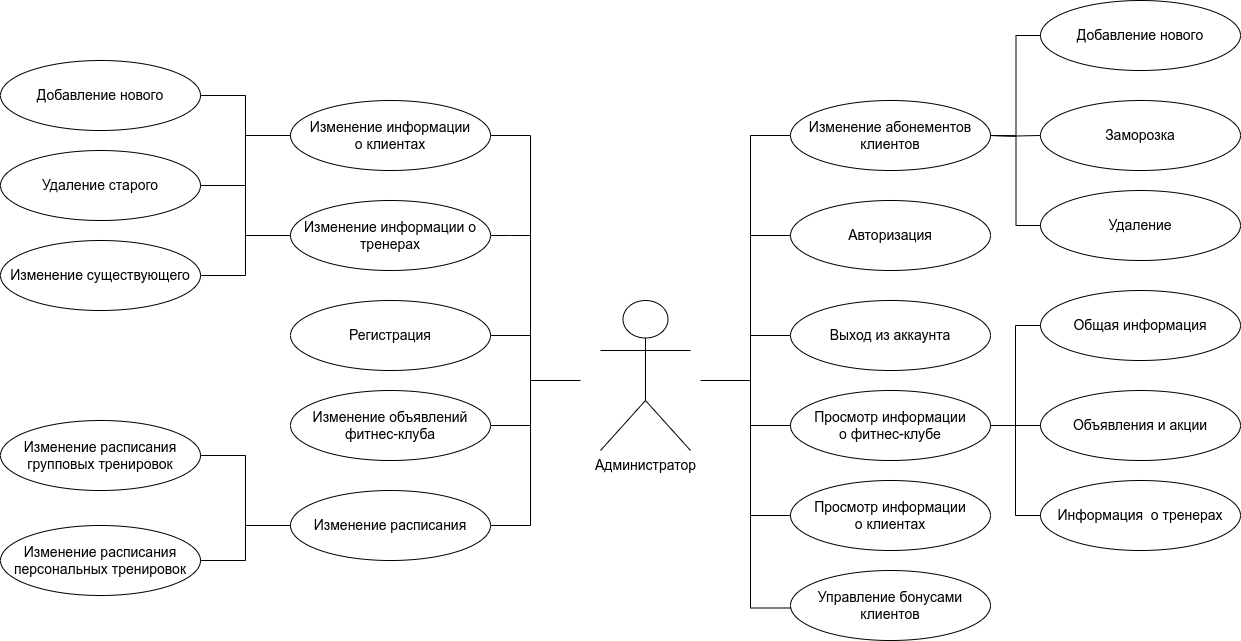
This is img/usecase-admin.png from Ananasiika/FlexAirFit, a draw.io export, as it was before one commit. Source tidied: cells renumbered, new cells last; positions are measured from the earlier drawing's top-left corner, leaving out a move shared by most shapes.
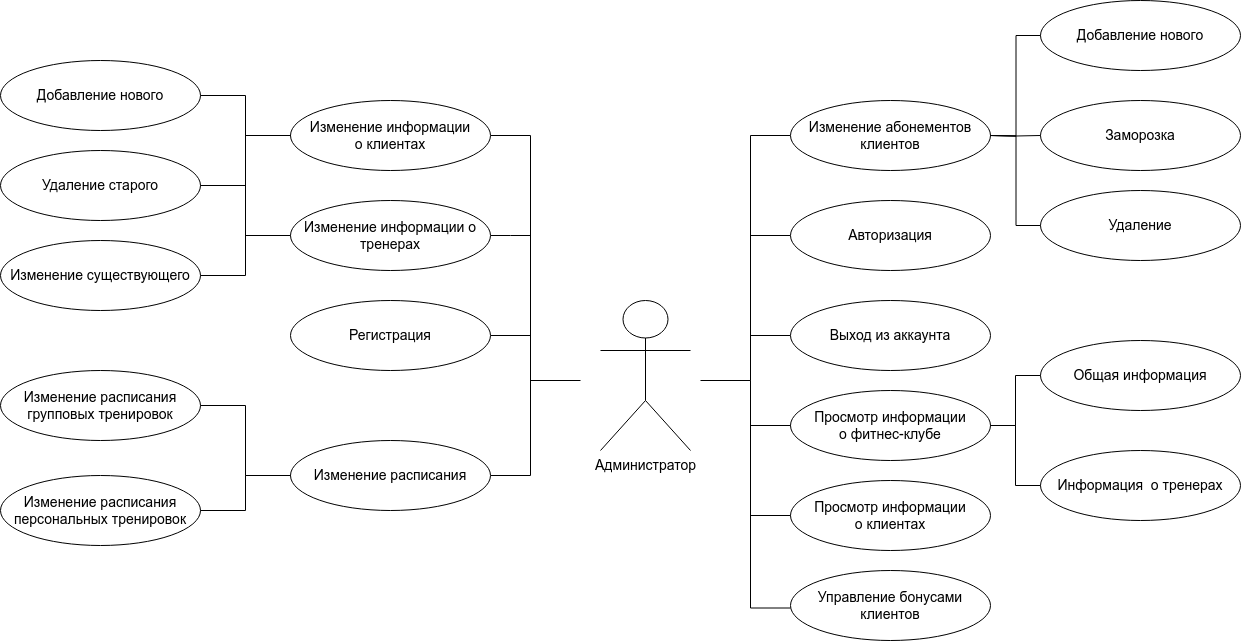
After the commit.

What changed in the source:
```diff
@@ -46,17 +46,15 @@
     <mxCell id="11" value="Регистрация" style="ellipse;whiteSpace=wrap;html=1;fontSize=14;" parent="1" vertex="1">
       <mxGeometry x="290" y="300" width="200" height="70" as="geometry" />
     </mxCell>
-    <mxCell id="12" style="edgeStyle=orthogonalEdgeStyle;html=1;exitX=1;exitY=0.5;exitDx=0;exitDy=0;rounded=0;endArrow=none;endFill=0;" parent="1" edge="1" source="13">
+    <mxCell id="12" style="edgeStyle=orthogonalEdgeStyle;html=1;rounded=0;endArrow=none;endFill=0;" parent="1" edge="1">
       <mxGeometry relative="1" as="geometry">
+        <mxPoint x="530" y="460" as="sourcePoint" />
         <mxPoint x="530" y="330" as="targetPoint" />
         <Array as="points">
           <mxPoint x="530" y="425" />
         </Array>
       </mxGeometry>
     </mxCell>
-    <mxCell id="13" value="Изменение объявлений фитнес-клуба" style="ellipse;whiteSpace=wrap;html=1;fontSize=14;" parent="1" vertex="1">
-      <mxGeometry x="290" y="390" width="200" height="70" as="geometry" />
-    </mxCell>
     <mxCell id="14" value="Изменение абонементов клиентов" style="ellipse;whiteSpace=wrap;html=1;fontSize=14;" parent="1" vertex="1">
       <mxGeometry x="790" y="100" width="200" height="70" as="geometry" />
     </mxCell>
@@ -76,14 +74,13 @@
       <mxGeometry relative="1" as="geometry">
         <mxPoint x="580" y="380" as="targetPoint" />
         <Array as="points">
-          <mxPoint x="530" y="525" />
+          <mxPoint x="530" y="475" />
           <mxPoint x="530" y="380" />
-          <mxPoint x="580" y="380" />
         </Array>
       </mxGeometry>
     </mxCell>
     <mxCell id="18" value="Изменение расписания" style="ellipse;whiteSpace=wrap;html=1;fontSize=14;" parent="1" vertex="1">
-      <mxGeometry x="290" y="490" width="200" height="70" as="geometry" />
+      <mxGeometry x="290" y="440" width="200" height="70" as="geometry" />
     </mxCell>
     <mxCell id="19" style="edgeStyle=orthogonalEdgeStyle;rounded=0;html=1;exitX=0;exitY=0.5;exitDx=0;exitDy=0;endArrow=none;endFill=0;" parent="1" edge="1" source="16">
       <mxGeometry relative="1" as="geometry">
@@ -106,20 +103,14 @@
     <mxCell id="23" style="edgeStyle=orthogonalEdgeStyle;rounded=0;html=1;fontSize=14;endArrow=none;endFill=0;strokeColor=default;exitX=0;exitY=0.5;exitDx=0;exitDy=0;" parent="1" edge="1" source="8" target="22">
       <mxGeometry relative="1" as="geometry" />
     </mxCell>
-    <mxCell id="24" value="Объявления и акции" style="ellipse;whiteSpace=wrap;html=1;fontSize=14;" parent="1" vertex="1">
-      <mxGeometry x="1040" y="390" width="200" height="70" as="geometry" />
-    </mxCell>
     <mxCell id="25" value="Общая информация" style="ellipse;whiteSpace=wrap;html=1;fontSize=14;" parent="1" vertex="1">
-      <mxGeometry x="1040" y="290" width="200" height="70" as="geometry" />
+      <mxGeometry x="1040" y="340" width="200" height="70" as="geometry" />
     </mxCell>
     <mxCell id="26" style="endArrow=none;html=1;rounded=0;entryX=0;entryY=0.5;entryDx=0;entryDy=0;exitX=1;exitY=0.5;exitDx=0;exitDy=0;edgeStyle=orthogonalEdgeStyle;" parent="1" edge="1" source="16" target="25">
       <mxGeometry relative="1" as="geometry" />
     </mxCell>
-    <mxCell id="27" style="endArrow=none;html=1;rounded=0;entryX=0;entryY=0.5;entryDx=0;entryDy=0;exitX=1;exitY=0.5;exitDx=0;exitDy=0;edgeStyle=orthogonalEdgeStyle;" parent="1" edge="1" source="16" target="24">
-      <mxGeometry relative="1" as="geometry" />
-    </mxCell>
     <mxCell id="28" value="Информация&amp;nbsp; о тренерах" style="ellipse;whiteSpace=wrap;html=1;fontSize=14;" parent="1" vertex="1">
-      <mxGeometry x="1040" y="480" width="200" height="70" as="geometry" />
+      <mxGeometry x="1040" y="450" width="200" height="70" as="geometry" />
     </mxCell>
     <mxCell id="29" style="endArrow=none;html=1;rounded=0;entryX=0;entryY=0.5;entryDx=0;entryDy=0;exitX=1;exitY=0.5;exitDx=0;exitDy=0;edgeStyle=orthogonalEdgeStyle;" parent="1" edge="1" source="16" target="28">
       <mxGeometry relative="1" as="geometry" />
@@ -145,10 +136,10 @@
       <mxGeometry relative="1" as="geometry" />
     </mxCell>
     <mxCell id="35" value="Изменение расписания групповых тренировок" style="ellipse;whiteSpace=wrap;html=1;fontSize=14;" parent="1" vertex="1">
-      <mxGeometry y="420" width="200" height="70" as="geometry" />
+      <mxGeometry y="370" width="200" height="70" as="geometry" />
     </mxCell>
     <mxCell id="36" value="Изменение расписания персональных тренировок" style="ellipse;whiteSpace=wrap;html=1;fontSize=14;" parent="1" vertex="1">
-      <mxGeometry y="525" width="200" height="70" as="geometry" />
+      <mxGeometry y="475" width="200" height="70" as="geometry" />
     </mxCell>
     <mxCell id="37" style="endArrow=none;html=1;rounded=0;entryX=0;entryY=0.5;entryDx=0;entryDy=0;exitX=1;exitY=0.5;exitDx=0;exitDy=0;edgeStyle=orthogonalEdgeStyle;" parent="1" edge="1" source="35" target="18">
       <mxGeometry relative="1" as="geometry" />
```
